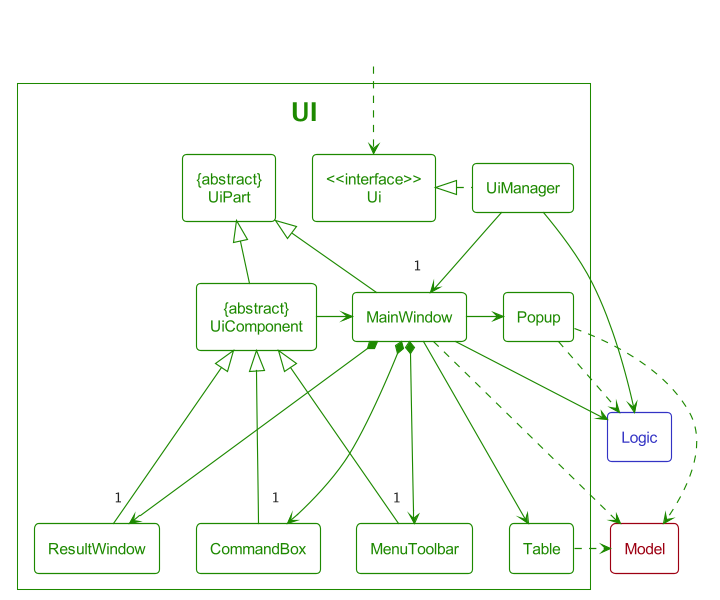
nus-cs2103-AY2122S2/tp keeps this PlantUML diagram as docs/images/UiClassDiagram.png. Above is the earlier version.
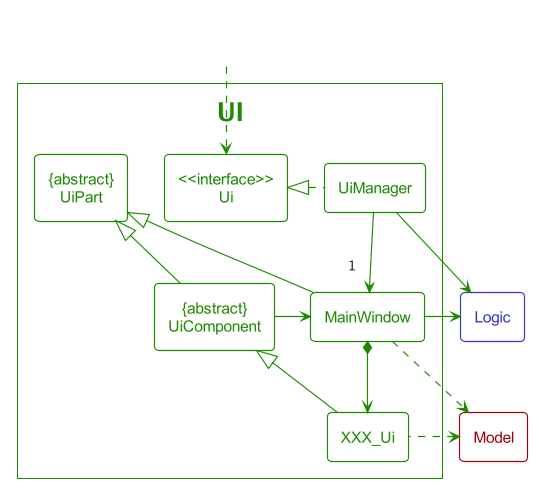
The same file after the commit.

What changed in the source:
```diff
@@ -3,49 +3,36 @@
 
 $OverrideTheme(UI_COLOR)
 
-package UI as UiPackage<<Ui>> {
+package UI <<Ui>> {
     class "<<interface>>\nUi" as Ui<<Ui>>
     class "{abstract}\nUiPart" as UiPart<<Ui>>
     class "{abstract}\nUiComponent" as UiComponent<<Ui>>
     class UiManager<<Ui>>
     class MainWindow<<Ui>>
-    class MenuToolbar<<Ui>>
-    class CommandBox<<Ui>>
-    class ResultWindow<<Ui>>
-
-    class Table<<Ui>>
-    class Popup<<Ui>>
+    class XXX_Ui<<Ui>>
 }
 
-class Model<<Model>>
-class Logic<<Logic>>
+class Model <<Model>>
+
+class Logic <<Logic>>
 
 class HiddenOutside<<Hidden>>
-HiddenOutside ..> Ui
+HiddenOutside .down.> Ui
 
 UiManager .left.|> Ui
-UiManager -down-> "1" MainWindow
-MainWindow *--> "1" MenuToolbar
-MainWindow *--> "1" CommandBox
-MainWindow *--> "1" ResultWindow
-MainWindow --> Table
-MainWindow -right-> Popup
-
-MenuToolbar --up-|> UiComponent
-CommandBox --up-|> UiComponent
-ResultWindow --up-|> UiComponent
+UiManager --> "1" MainWindow
 
 MainWindow -up-|> UiPart
 UiComponent -up-|> UiPart
 
-UiManager -right-> Logic
-MainWindow --> Logic
-Popup ..> Logic
-Popup --[hidden]-> Table
+UiManager --> Logic
+MainWindow -right-> Logic
 
 MainWindow ..> Model
-Popup ...> Model
-Table .right.> Model
+
+XXX_Ui -up-|> UiComponent
+MainWindow *--> XXX_Ui
+XXX_Ui .left.> Model
 
 UiComponent -left-> MainWindow
 
```
